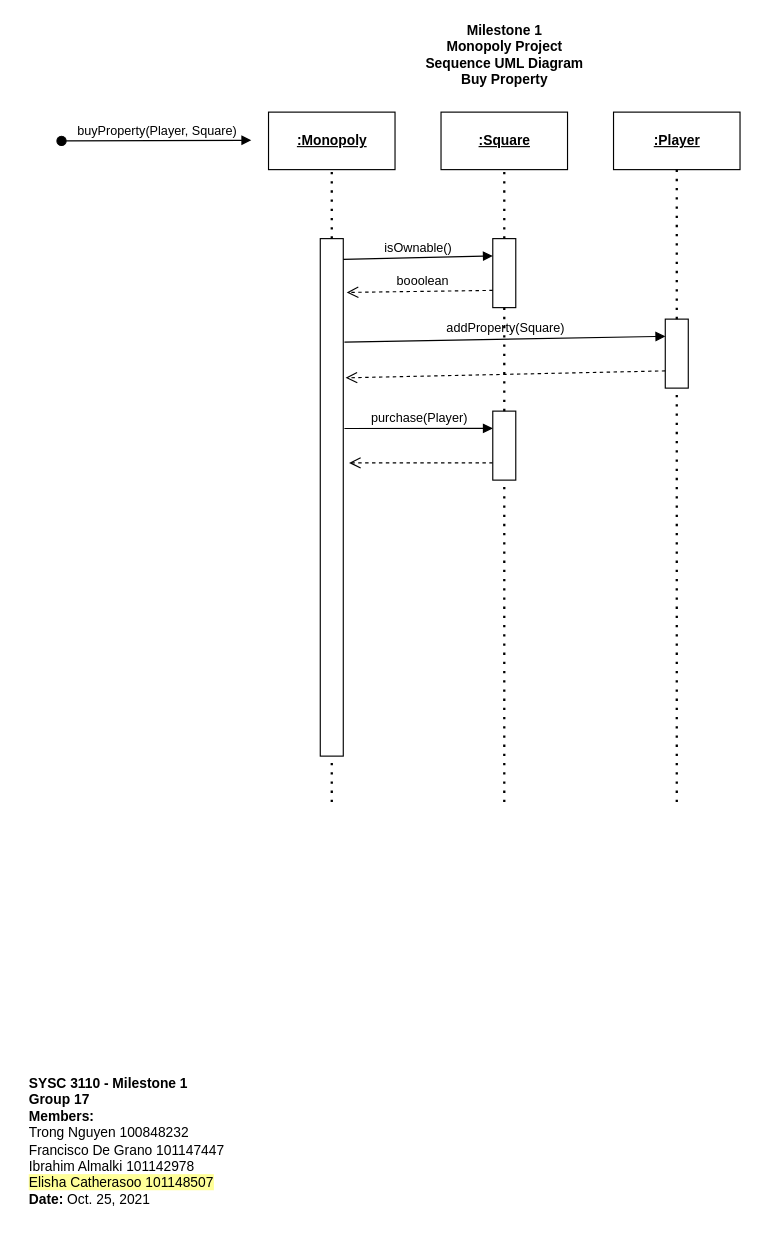
This is page "SequenceUML_2" (3 of 5) of M2_ClassUML.drawio from trong0dn/monopoly, a draw.io file, before an edit. Source tidied: cells renumbered, new cells numbered last; positions are measured from the earlier drawing's top-left corner, leaving out a move shared by most shapes. Both pictures are drawn from the tidied source at 115%, with x=0, y=0 at pixel (26, 20).
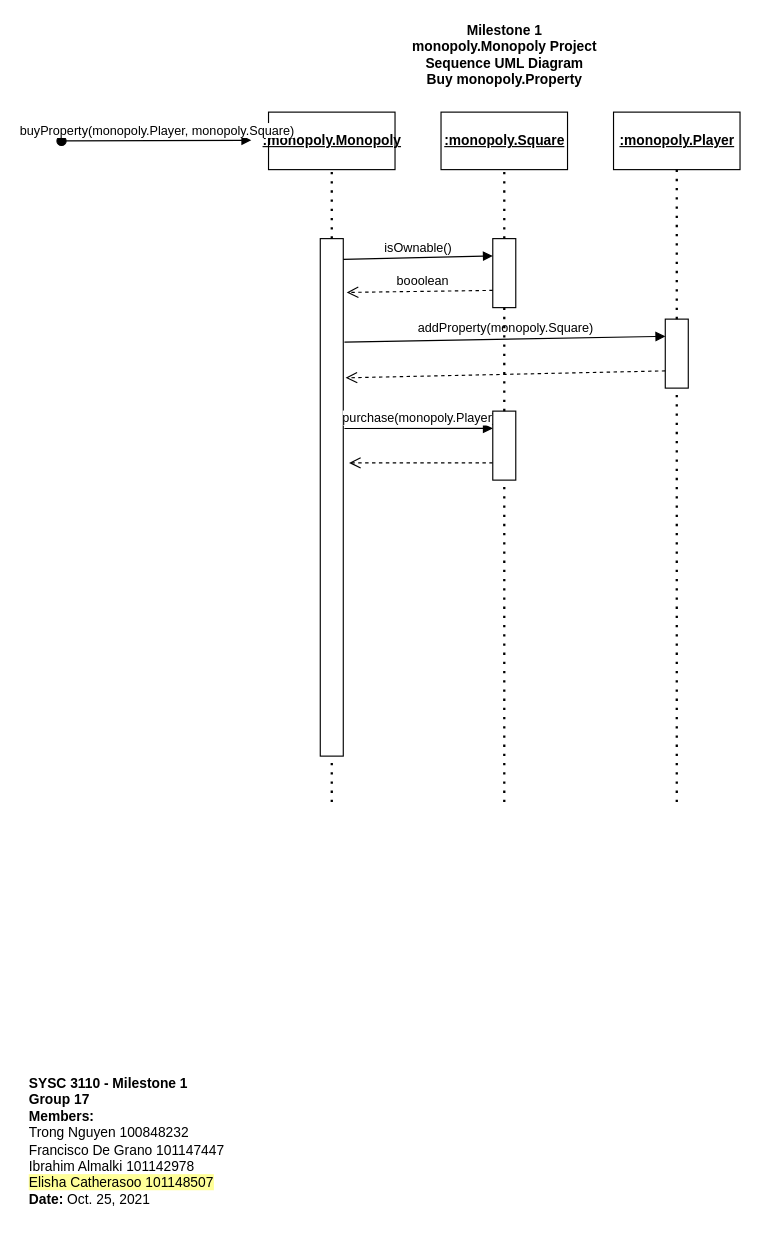
Above is the later version.

The change refers to these unchanged cells:
```xml
<mxCell id="8" style="rounded=0;whiteSpace=wrap;html=1;align=left;" parent="1" vertex="1">
  <mxGeometry x="255" y="190" width="20" height="450" as="geometry" />
</mxCell>
<mxCell id="10" style="rounded=0;whiteSpace=wrap;html=1;align=left;" parent="1" vertex="1">
  <mxGeometry x="555" y="260" width="20" height="60" as="geometry" />
</mxCell>
<mxCell id="18" style="rounded=0;whiteSpace=wrap;html=1;align=left;" parent="1" vertex="1">
  <mxGeometry x="405" y="340" width="20" height="60" as="geometry" />
</mxCell>
```

The edit, as a diff of the source:
```diff
@@
-    <mxCell id="3" value="&lt;b&gt;Milestone 1&lt;br&gt;Monopoly Project&lt;br&gt;Sequence UML Diagram&lt;br&gt;Buy Property&lt;br&gt;&lt;/b&gt;" style="text;html=1;align=center;verticalAlign=middle;strokeColor=none;fillColor=none;" parent="1" vertex="1">
+    <mxCell id="3" value="&lt;b&gt;Milestone 1&lt;br&gt;monopoly.Monopoly Project&lt;br&gt;Sequence UML Diagram&lt;br&gt;Buy monopoly.Property&lt;br&gt;&lt;/b&gt;" style="text;html=1;align=center;verticalAlign=middle;strokeColor=none;fillColor=none;" parent="1" vertex="1">
       <mxGeometry x="340" width="150" height="60" as="geometry" />
     </mxCell>
-    <mxCell id="4" value="&lt;b&gt;&lt;u&gt;:Monopoly&lt;/u&gt;&lt;/b&gt;" style="html=1;align=center;" parent="1" vertex="1">
+    <mxCell id="4" value="&lt;b&gt;&lt;u&gt;:monopoly.Monopoly&lt;/u&gt;&lt;/b&gt;" style="html=1;align=center;" parent="1" vertex="1">
       <mxGeometry x="210" y="80" width="110" height="50" as="geometry" />
     </mxCell>
-    <mxCell id="5" value=":Square" style="html=1;align=center;fontStyle=5;" parent="1" vertex="1">
+    <mxCell id="5" value=":monopoly.Square" style="html=1;align=center;fontStyle=5;" parent="1" vertex="1">
       <mxGeometry x="360" y="80" width="110" height="50" as="geometry" />
     </mxCell>
@@
-    <mxCell id="7" value="&lt;u&gt;&lt;b&gt;:Player&lt;/b&gt;&lt;/u&gt;" style="html=1;align=center;" parent="1" vertex="1">
+    <mxCell id="7" value="&lt;u&gt;&lt;b&gt;:monopoly.Player&lt;/b&gt;&lt;/u&gt;" style="html=1;align=center;" parent="1" vertex="1">
       <mxGeometry x="510" y="80" width="110" height="50" as="geometry" />
     </mxCell>
@@
-    <mxCell id="9" value="buyProperty(Player, Square)" style="html=1;verticalAlign=bottom;startArrow=oval;startFill=1;endArrow=block;startSize=8;rounded=0;" parent="1" edge="1">
+    <mxCell id="9" value="buyProperty(monopoly.Player, monopoly.Square)" style="html=1;verticalAlign=bottom;startArrow=oval;startFill=1;endArrow=block;startSize=8;rounded=0;" parent="1" edge="1">
       <mxGeometry relative="1" as="geometry">
         <mxPoint x="30" y="105" as="sourcePoint" />
         <mxPoint x="195" y="104.5" as="targetPoint" />
       </mxGeometry>
     </mxCell>
@@
-    <mxCell id="11" value="addProperty(Square)" style="html=1;verticalAlign=bottom;endArrow=block;rounded=0;entryX=0;entryY=0.25;entryDx=0;entryDy=0;exitX=1.05;exitY=0.2;exitDx=0;exitDy=0;exitPerimeter=0;" parent="1" edge="1" source="8" target="10">
+    <mxCell id="11" value="addProperty(monopoly.Square)" style="html=1;verticalAlign=bottom;endArrow=block;rounded=0;entryX=0;entryY=0.25;entryDx=0;entryDy=0;exitX=1.05;exitY=0.2;exitDx=0;exitDy=0;exitPerimeter=0;" parent="1" edge="1" source="8" target="10">
       <mxGeometry relative="1" as="geometry" />
     </mxCell>
@@
-    <mxCell id="16" value="purchase(Player)" style="html=1;verticalAlign=bottom;endArrow=block;rounded=0;entryX=0;entryY=0.25;entryDx=0;entryDy=0;exitX=1.05;exitY=0.367;exitDx=0;exitDy=0;exitPerimeter=0;" parent="1" edge="1" source="8" target="18">
+    <mxCell id="16" value="purchase(monopoly.Player)" style="html=1;verticalAlign=bottom;endArrow=block;rounded=0;entryX=0;entryY=0.25;entryDx=0;entryDy=0;exitX=1.05;exitY=0.367;exitDx=0;exitDy=0;exitPerimeter=0;" parent="1" edge="1" source="8" target="18">
       <mxGeometry relative="1" as="geometry" />
     </mxCell>
```
